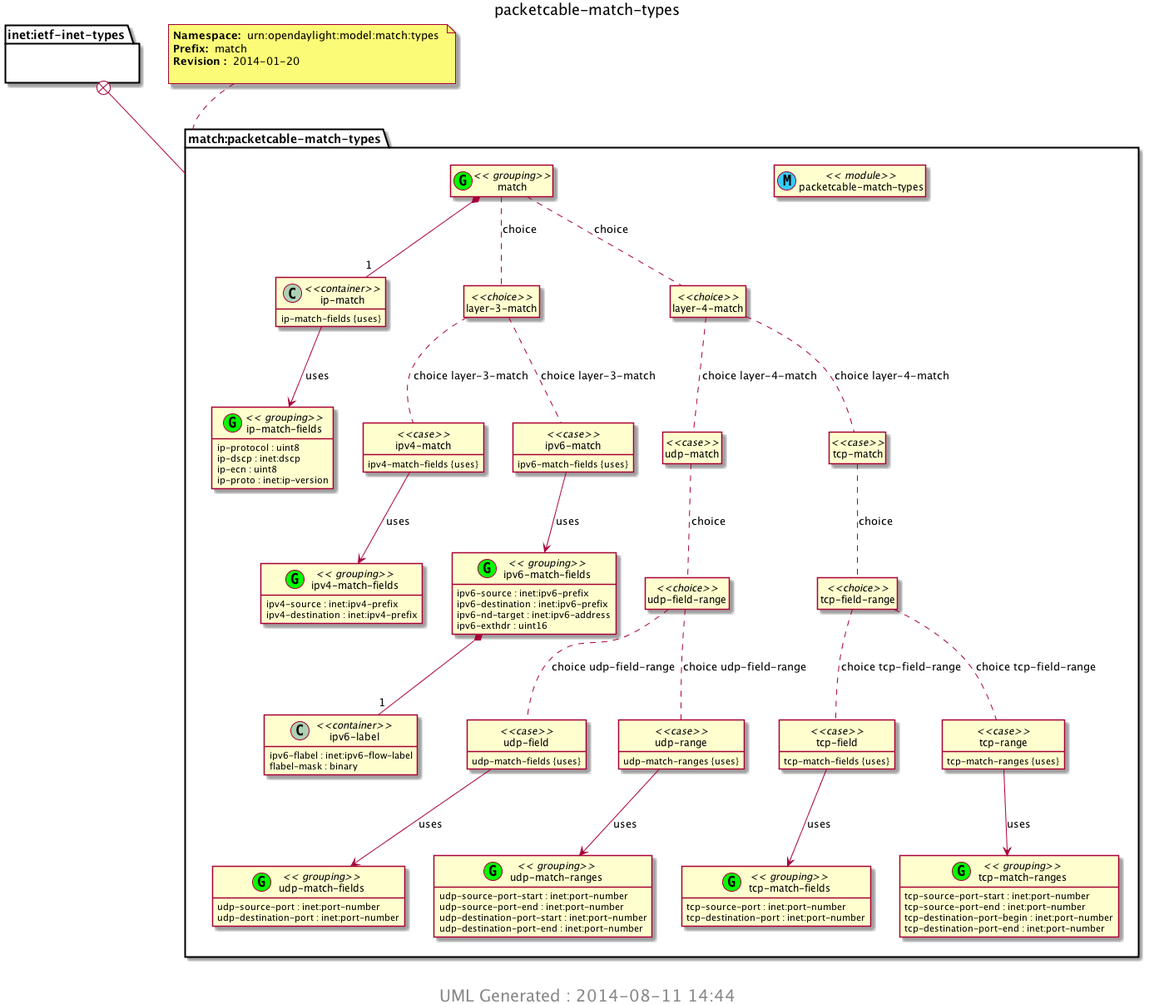
Earlier version of the PlantUML export yang/packetcable/img/packetcable-match-types.png (xsited/sdn).
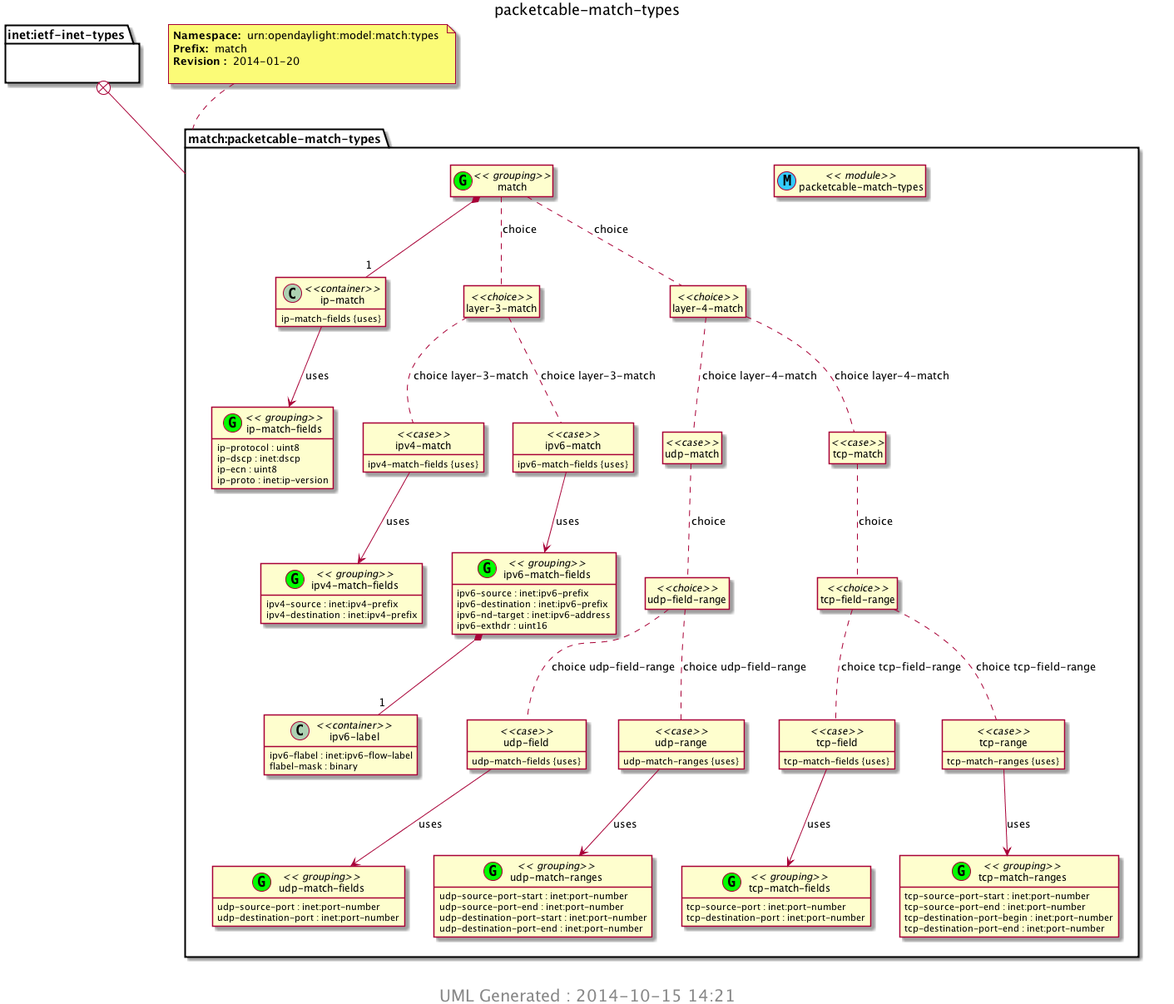
Above is the later version.

The edit, as a diff of the source:
```diff
@@ -91,6 +91,6 @@
 packetcable_match_types_I_match_I_layer_4_match_I_tcp_match_I_tcp_field_range_I_tcp_field_case --> packetcable_match_types_I_tcp_match_fields_grouping : uses
 packetcable_match_types_I_match_I_layer_4_match_I_tcp_match_I_tcp_field_range_I_tcp_range_case --> packetcable_match_types_I_tcp_match_ranges_grouping : uses
 center footer
- <size:20> UML Generated : 2014-08-11 14:44 </size>
+ <size:20> UML Generated : 2014-10-15 14:21 </size>
  endfooter
 @enduml
```
